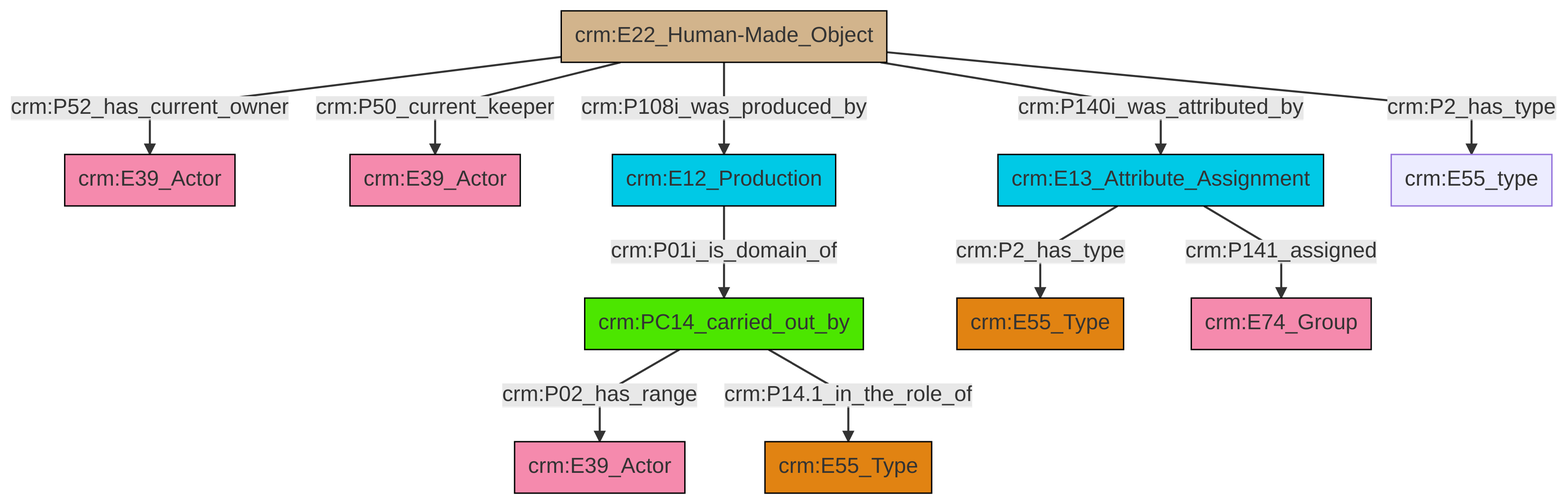
Earlier version of the Mermaid export et/artworkCSV/ttl/mmd/png/Artwork_Actor_Relations.png (swiss-art-research-net/docs.swissartresearch). Its source is kept beside it as et/artworkCSV/ttl/mmd/Artwork_Actor_Relations.ttl.mmd.
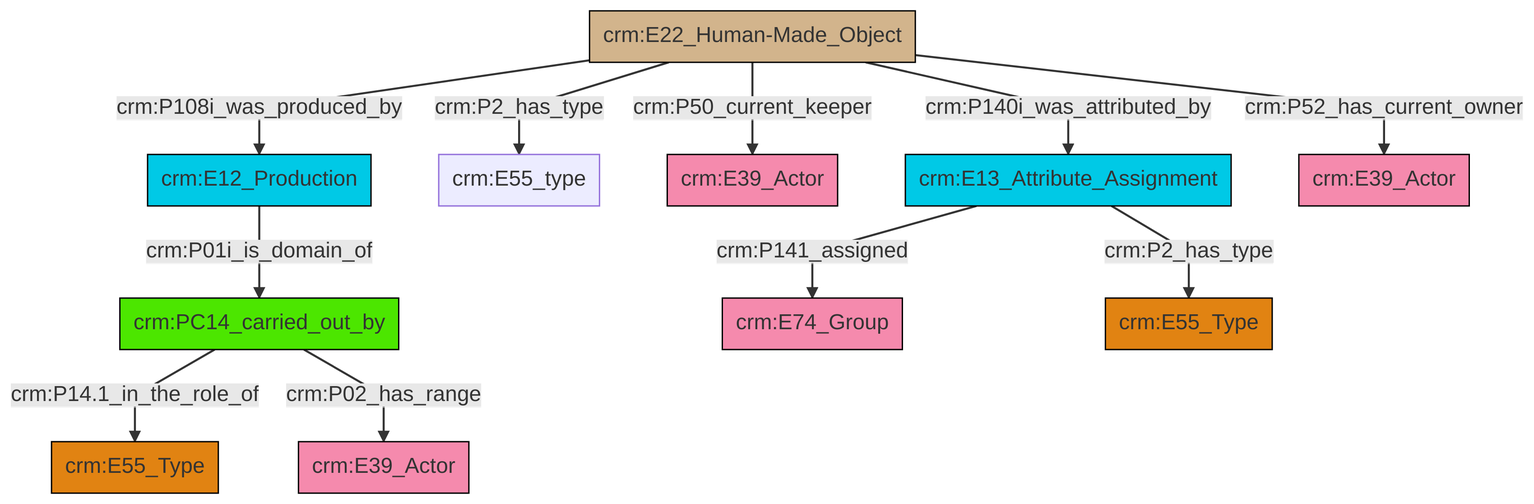
The same diagram one commit later.

The edit, as a diff of the source:
```diff
@@ -13,13 +13,13 @@
 classDef PC_Classes fill:#4ce600, stroke:#000000;
 classDef Multi fill:#cccccc,stroke:#000000;
 
-2["crm:E22_Human-Made_Object"]:::Physical_Thing -->|crm:P52_has_current_owner| 3["crm:E39_Actor"]:::Actor
-6["crm:PC14_carried_out_by"]:::PC_Classes -->|crm:P02_has_range| 7["crm:E39_Actor"]:::Actor
-2["crm:E22_Human-Made_Object"]:::Physical_Thing -->|crm:P50_current_keeper| 4["crm:E39_Actor"]:::Actor
-2["crm:E22_Human-Made_Object"]:::Physical_Thing -->|crm:P140i_was_attributed_by| 13["crm:E13_Attribute_Assignment"]:::Temporal_Entity
-13["crm:E13_Attribute_Assignment"]:::Temporal_Entity -->|crm:P2_has_type| 9["crm:E55_Type"]:::Type
-14["crm:E12_Production"]:::Temporal_Entity -->|crm:P01i_is_domain_of| 6["crm:PC14_carried_out_by"]:::PC_Classes
-2["crm:E22_Human-Made_Object"]:::Physical_Thing -->|crm:P108i_was_produced_by| 14["crm:E12_Production"]:::Temporal_Entity
-13["crm:E13_Attribute_Assignment"]:::Temporal_Entity -->|crm:P141_assigned| 18["crm:E74_Group"]:::Actor
-2["crm:E22_Human-Made_Object"]:::Physical_Thing -->|crm:P2_has_type| 16["crm:E55_type"]:::Default
-6["crm:PC14_carried_out_by"]:::PC_Classes -->|crm:P14.1_in_the_role_of| 0["crm:E55_Type"]:::Type
+0["crm:PC14_carried_out_by"]:::PC_Classes -->|crm:P14.1_in_the_role_of| 1["crm:E55_Type"]:::Type
+2["crm:E12_Production"]:::Temporal_Entity -->|crm:P01i_is_domain_of| 0["crm:PC14_carried_out_by"]:::PC_Classes
+7["crm:E22_Human-Made_Object"]:::Physical_Thing -->|crm:P50_current_keeper| 8["crm:E39_Actor"]:::Actor
+9["crm:E13_Attribute_Assignment"]:::Temporal_Entity -->|crm:P2_has_type| 15["crm:E55_Type"]:::Type
+7["crm:E22_Human-Made_Object"]:::Physical_Thing -->|crm:P108i_was_produced_by| 2["crm:E12_Production"]:::Temporal_Entity
+0["crm:PC14_carried_out_by"]:::PC_Classes -->|crm:P02_has_range| 13["crm:E39_Actor"]:::Actor
+7["crm:E22_Human-Made_Object"]:::Physical_Thing -->|crm:P52_has_current_owner| 19["crm:E39_Actor"]:::Actor
+7["crm:E22_Human-Made_Object"]:::Physical_Thing -->|crm:P140i_was_attributed_by| 9["crm:E13_Attribute_Assignment"]:::Temporal_Entity
+7["crm:E22_Human-Made_Object"]:::Physical_Thing -->|crm:P2_has_type| 3["crm:E55_type"]:::Default
+9["crm:E13_Attribute_Assignment"]:::Temporal_Entity -->|crm:P141_assigned| 5["crm:E74_Group"]:::Actor
```
